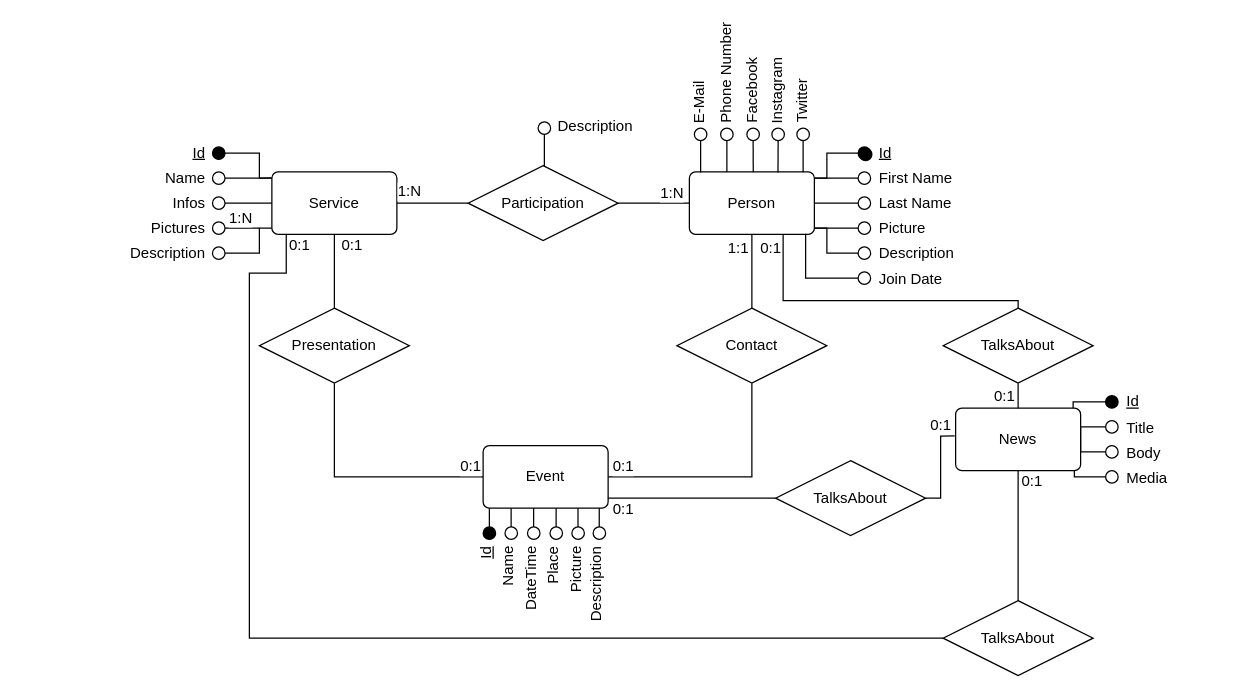
This is DesignDocument/diagrams/ER.drawio from Alenichel/CodiglioniDellOglioNichelini-HypermediaProject, a draw.io file, before an edit. Source tidied: cells renumbered, new cells numbered last; positions are measured from the earlier drawing's top-left corner, leaving out a move shared by most shapes. Both pictures are drawn from the tidied source at 125%, with x=0, y=0 at pixel (21, 66).
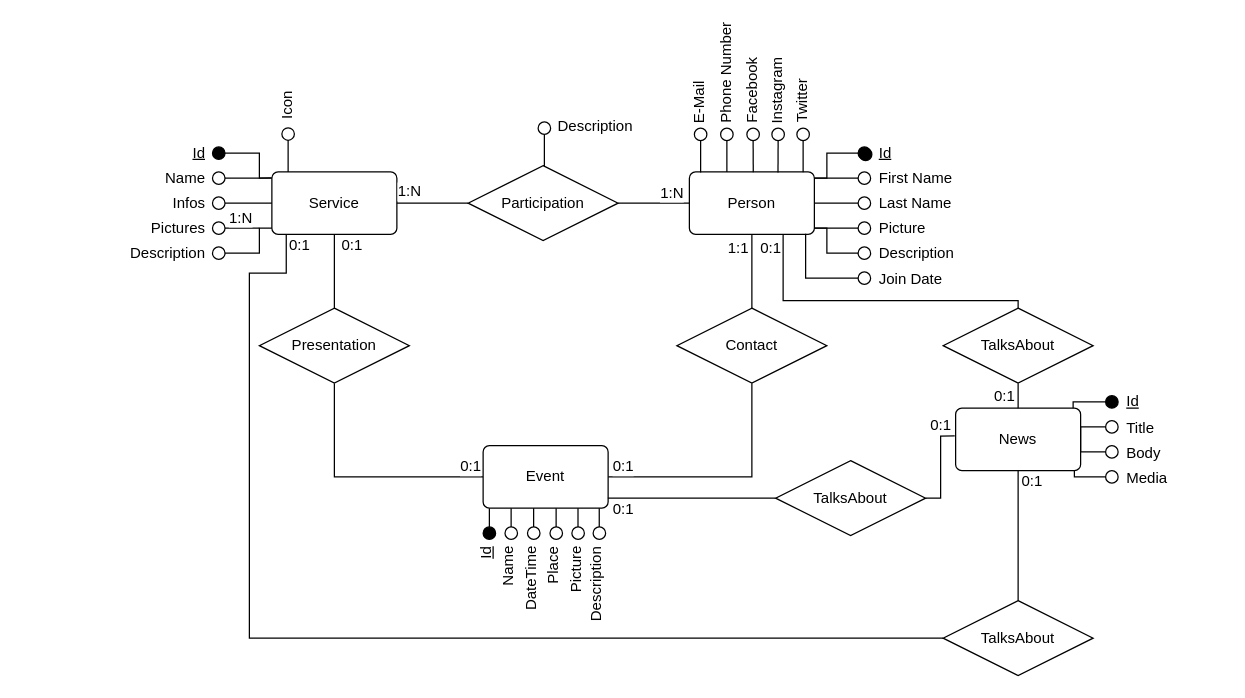
After the change.

What changed in the source:
```diff
@@
+    <mxCell id="153" style="edgeStyle=orthogonalEdgeStyle;rounded=0;jettySize=auto;html=1;exitX=0.5;exitY=1;exitDx=0;exitDy=0;entryX=0.91;entryY=0.006;entryDx=0;entryDy=0;entryPerimeter=0;endArrow=none;endFill=0;" parent="1" edge="1" source="154">
+      <mxGeometry relative="1" as="geometry">
+        <mxPoint x="213" y="84" as="targetPoint" />
+      </mxGeometry>
+    </mxCell>
+    <mxCell id="154" style="ellipse;whiteSpace=wrap;html=1;" parent="1" vertex="1">
+      <mxGeometry x="208" y="48.7" width="10" height="10" as="geometry" />
+    </mxCell>
+    <mxCell id="155" value="Icon" style="text;html=1;align=right;verticalAlign=middle;rotation=270;" parent="1" vertex="1">
+      <mxGeometry x="195" y="26" width="34" height="19" as="geometry" />
+    </mxCell>
```
